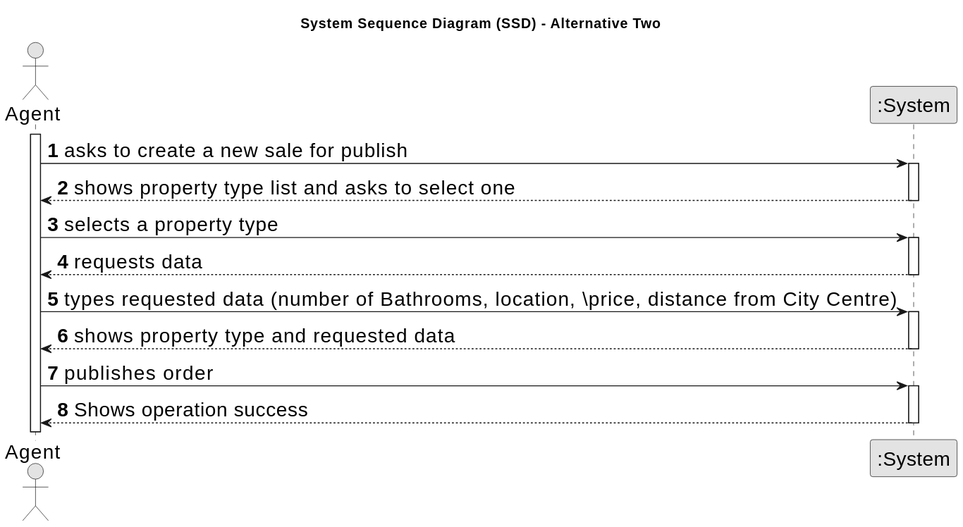
Earlier version of the PlantUML export docs/sprintB/us002/01.requirements-engineering/svg/us002-system-sequence-diagram-alternative-two.svg (Goncalves2525/real-estate-management-system). Source of this version:
```plantuml
@startuml
skinparamlocked defaultFontSize 20
skinparam monochrome true
skinparam packageStyle rectangle
skinparam shadowing false

title System Sequence Diagram (SSD) - Alternative Two

autonumber

actor "Agent" as Agent
participant ":System" as System

activate Agent

    Agent -> System : asks to create a new sale for publish
    activate System

        System --> Agent : shows property type list and asks to select one
    deactivate System

    Agent -> System : selects a property type
    activate System

        System --> Agent : requests data
    deactivate System

    Agent -> System : types requested data (number of Bathrooms, location, \price, distance from City Centre)
    activate System

        System --> Agent : shows property type and requested data
    deactivate System

    Agent -> System : publishes order
    activate System

        System --> Agent : Shows operation success
    deactivate System
@enduml
```
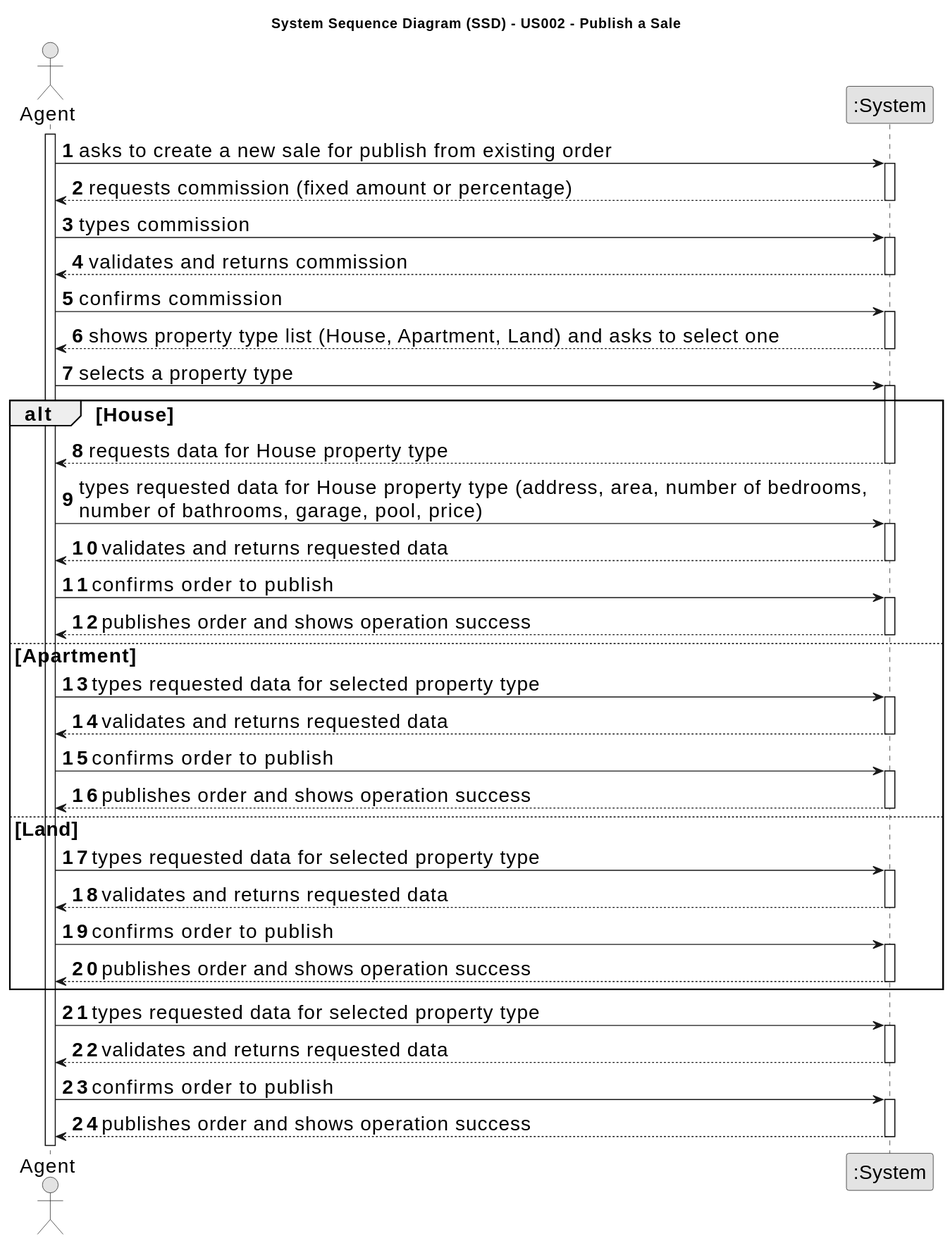
The same file after the commit.

What changed in the source:
```diff
@@ -4,7 +4,7 @@
 skinparam packageStyle rectangle
 skinparam shadowing false
 
-title System Sequence Diagram (SSD) - Alternative Two
+title System Sequence Diagram (SSD) - US002 - Publish a Sale
 
 autonumber
 
@@ -13,27 +13,78 @@
 
 activate Agent
 
-    Agent -> System : asks to create a new sale for publish
+    Agent -> System : asks to create a new sale for publish from existing order
     activate System
 
-        System --> Agent : shows property type list and asks to select one
+    System --> Agent : requests commission (fixed amount or percentage)
+    deactivate System
+
+    Agent -> System : types commission
+    activate System
+
+    System --> Agent : validates and returns commission
+    deactivate System
+
+    Agent -> System : confirms commission
+    activate System
+
+    System --> Agent : shows property type list (House, Apartment, Land) and asks to select one
     deactivate System
 
     Agent -> System : selects a property type
     activate System
 
-        System --> Agent : requests data
+    alt House
+
+        System --> Agent : requests data for House property type
+        deactivate System
+
+        Agent -> System : types requested data for House property type (address, area, number of bedrooms, \nnumber of bathrooms, garage, pool, price)
+        activate System
+
+        System --> Agent : validates and returns requested data
+        deactivate System
+
+        Agent -> System : confirms order to publish
+        activate System
+
+        System --> Agent : publishes order and shows operation success
+        deactivate System
+    else  Apartment
+        Agent -> System : types requested data for selected property type
+        activate System
+
+            System --> Agent : validates and returns requested data
+        deactivate System
+
+        Agent -> System : confirms order to publish
+        activate System
+
+        System --> Agent : publishes order and shows operation success
+        deactivate System
+    else  Land
+        Agent -> System : types requested data for selected property type
+        activate System
+
+            System --> Agent : validates and returns requested data
+        deactivate System
+
+        Agent -> System : confirms order to publish
+        activate System
+
+        System --> Agent : publishes order and shows operation success
+        deactivate System
+    end
+
+    Agent -> System : types requested data for selected property type
+    activate System
+
+        System --> Agent : validates and returns requested data
     deactivate System
 
-    Agent -> System : types requested data (number of Bathrooms, location, \price, distance from City Centre)
+    Agent -> System : confirms order to publish
     activate System
 
-        System --> Agent : shows property type and requested data
-    deactivate System
-
-    Agent -> System : publishes order
-    activate System
-
-        System --> Agent : Shows operation success
+    System --> Agent : publishes order and shows operation success
     deactivate System
 @enduml
```
